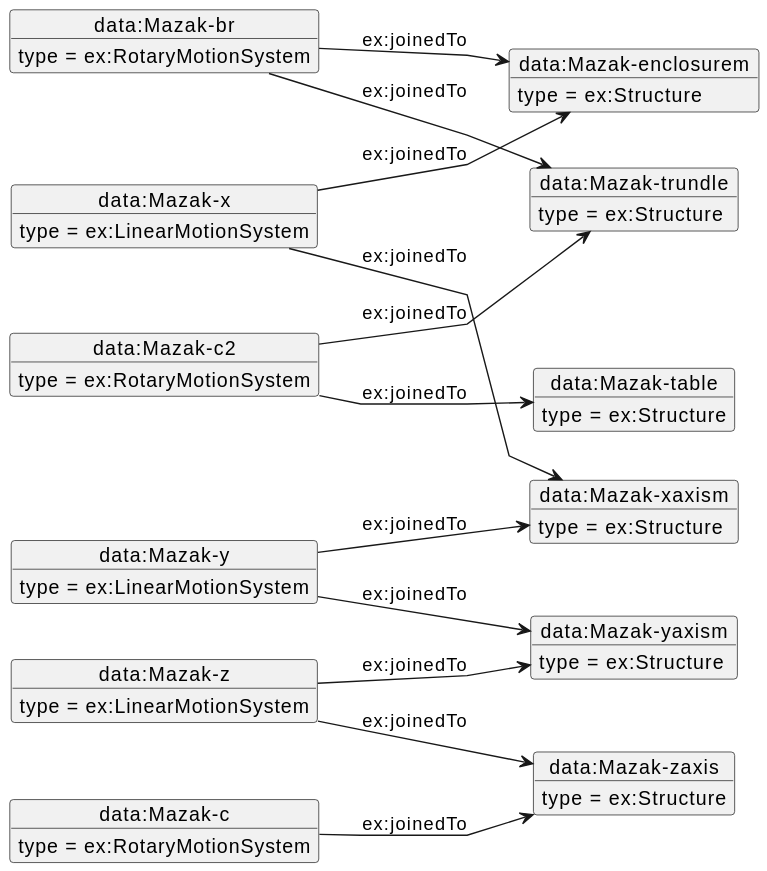
Above: MazakTopo.svg in iofoundry/example-syseng-mtconnect (PlantUML), before the change.
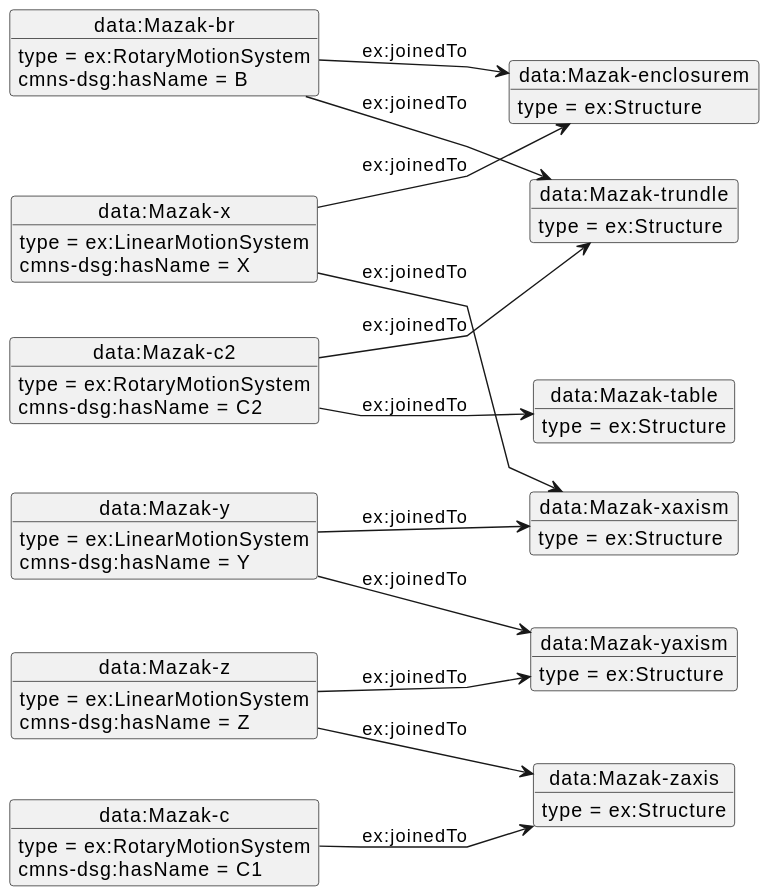
The same file after the commit.

Diff of the diagram source:
```diff
@@ -38,14 +38,20 @@
  type = ex:Structure
  }
 o1 --> o2 : ex:joinedTo
+o1 : cmns-dsg:hasName = X
 o1 --> o3 : ex:joinedTo
 o4 --> o3 : ex:joinedTo
+o4 : cmns-dsg:hasName = Y
 o4 --> o5 : ex:joinedTo
 o6 --> o5 : ex:joinedTo
+o6 : cmns-dsg:hasName = Z
 o6 --> o7 : ex:joinedTo
 o8 --> o7 : ex:joinedTo
+o8 : cmns-dsg:hasName = C1
 o9 --> o2 : ex:joinedTo
+o9 : cmns-dsg:hasName = B
 o9 --> o10 : ex:joinedTo
 o11 --> o10 : ex:joinedTo
+o11 : cmns-dsg:hasName = C2
 o11 --> o12 : ex:joinedTo
 @enduml
```
